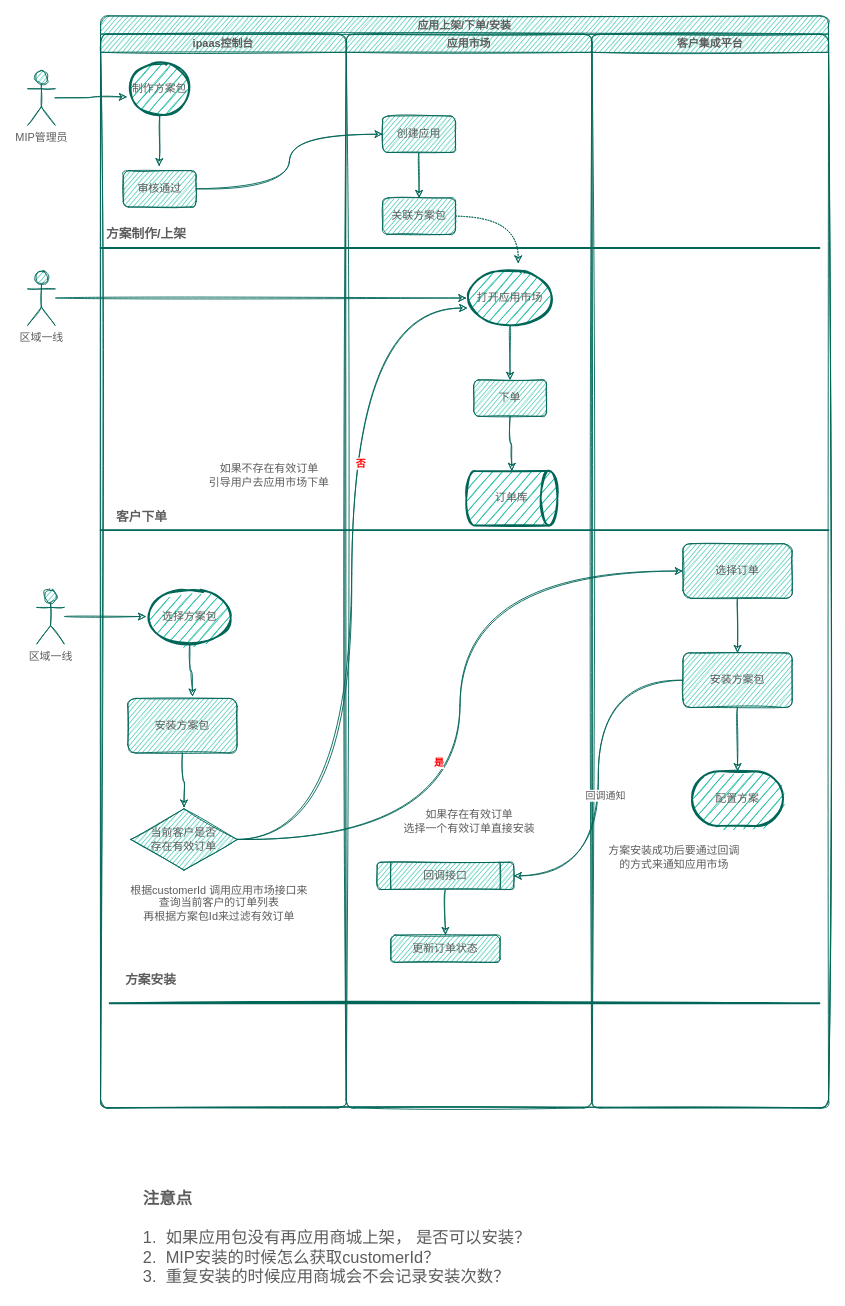
This is draw/mingyuan/应用市场打通.drawio from Gamain/diagrams, a draw.io file, before an edit. Source tidied: cells renumbered, new cells numbered last; positions are measured from the earlier drawing's top-left corner, leaving out a move shared by most shapes. Both pictures are drawn from the tidied source at 91%, with x=0, y=0 at pixel (27, 15).
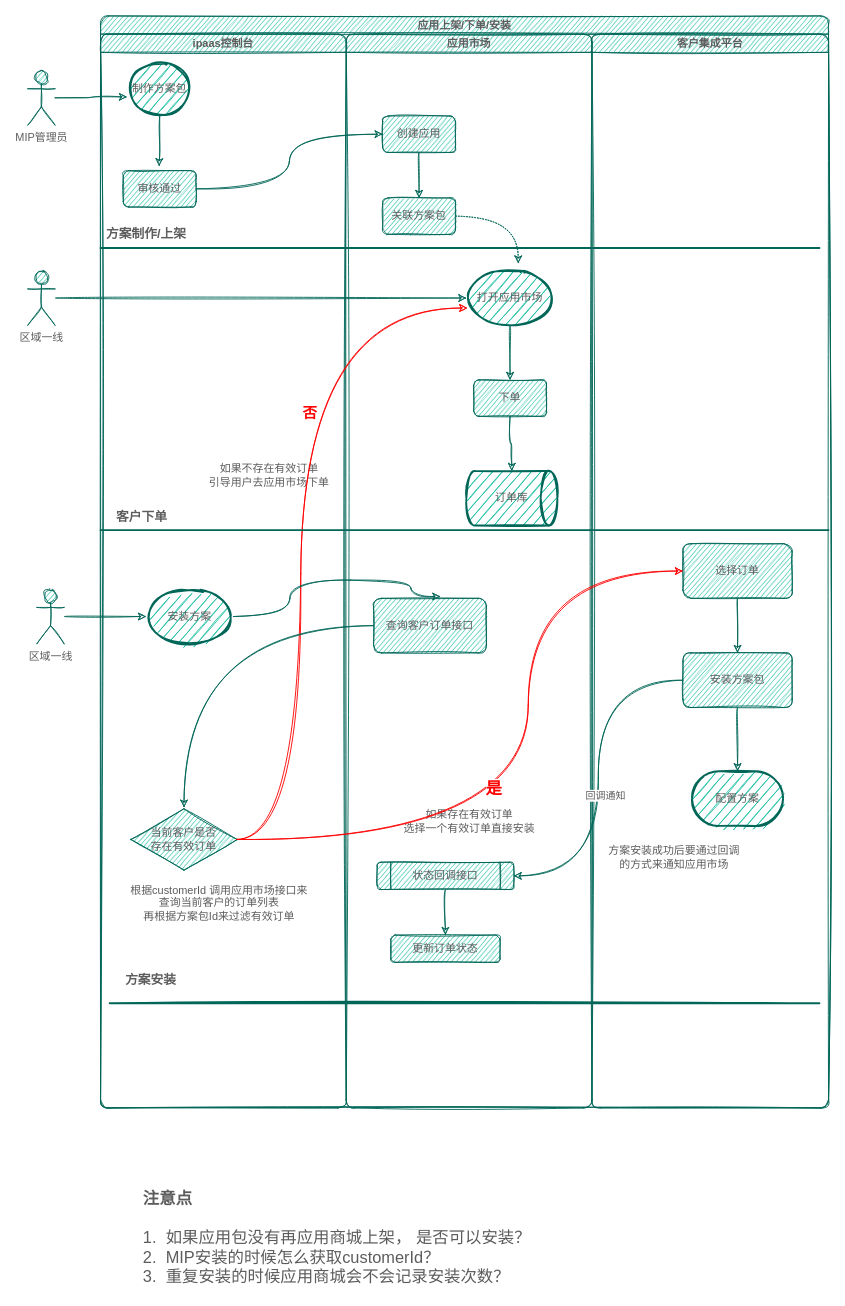
The same page after the edit.

Commit message:
更新应用市场打通.drawio

The change refers to these unchanged cells:
```xml
<mxCell id="2" value="应用上架/下单/安装" style="swimlane;startSize=20;fillColor=#21C0A5;strokeColor=#006658;fontColor=#5C5C5C;sketch=1;rounded=1;" parent="1" vertex="1">
  <mxGeometry x="80" width="800" height="1200" as="geometry" />
</mxCell>
<mxCell id="3" value="ipaas控制台" style="swimlane;startSize=20;fillColor=#21C0A5;strokeColor=#006658;fontColor=#5C5C5C;sketch=1;rounded=1;" parent="2" vertex="1">
  <mxGeometry y="20" width="270" height="1180" as="geometry" />
</mxCell>
<mxCell id="11" value="当前客户是否&lt;br&gt;存在有效订单" style="html=1;whiteSpace=wrap;shape=isoRectangle;fillColor=#21C0A5;strokeColor=#006658;fontColor=#5C5C5C;sketch=1;rounded=1;" parent="3" vertex="1">
  <mxGeometry x="33.3" y="850" width="116.7" height="70" as="geometry" />
</mxCell>
<mxCell id="16" value="应用市场" style="swimlane;startSize=20;fillColor=#21C0A5;strokeColor=#006658;fontColor=#5C5C5C;sketch=1;rounded=1;" parent="2" vertex="1">
  <mxGeometry x="270" y="20" width="270" height="1180" as="geometry" />
</mxCell>
<mxCell id="22" value="打开应用市场" style="strokeWidth=2;html=1;shape=mxgraph.flowchart.start_1;whiteSpace=wrap;fillColor=#21C0A5;strokeColor=#006658;fontColor=#5C5C5C;sketch=1;rounded=1;" parent="16" vertex="1">
  <mxGeometry x="132" y="260" width="96" height="60" as="geometry" />
</mxCell>
<mxCell id="38" value="选择订单" style="whiteSpace=wrap;html=1;fillColor=#21C0A5;strokeColor=#006658;fontColor=#5C5C5C;sketch=1;rounded=1;" parent="33" vertex="1">
  <mxGeometry x="100" y="560" width="120" height="60" as="geometry" />
</mxCell>
```

The edit, as a diff of the source:
```diff
@@
-    <mxCell id="7" style="edgeStyle=orthogonalEdgeStyle;jettySize=auto;html=1;entryX=0.592;entryY=-0.033;entryDx=0;entryDy=0;entryPerimeter=0;strokeColor=#006658;fontColor=#5C5C5C;sketch=1;curved=1;" parent="3" edge="1" source="8" target="10">
-      <mxGeometry relative="1" as="geometry" />
-    </mxCell>
-    <mxCell id="8" value="选择方案包" style="strokeWidth=2;html=1;shape=mxgraph.flowchart.start_1;whiteSpace=wrap;fillColor=#21C0A5;strokeColor=#006658;fontColor=#5C5C5C;sketch=1;rounded=1;" parent="3" vertex="1">
+    <mxCell id="8" value="安装方案" style="strokeWidth=2;html=1;shape=mxgraph.flowchart.start_1;whiteSpace=wrap;fillColor=#21C0A5;strokeColor=#006658;fontColor=#5C5C5C;sketch=1;rounded=1;" parent="3" vertex="1">
       <mxGeometry x="50" y="610" width="96" height="60" as="geometry" />
     </mxCell>
-    <mxCell id="9" style="edgeStyle=orthogonalEdgeStyle;jettySize=auto;html=1;strokeColor=#006658;fontColor=#5C5C5C;sketch=1;curved=1;" parent="3" edge="1" source="10" target="11">
-      <mxGeometry relative="1" as="geometry" />
-    </mxCell>
-    <mxCell id="10" value="安装方案包" style="whiteSpace=wrap;html=1;fillColor=#21C0A5;strokeColor=#006658;fontColor=#5C5C5C;sketch=1;rounded=1;" parent="3" vertex="1">
-      <mxGeometry x="30" y="730" width="120" height="60" as="geometry" />
-    </mxCell>
@@
-    <mxCell id="28" value="回调接口" style="shape=process;whiteSpace=wrap;html=1;backgroundOutline=1;fontColor=#5C5C5C;fillColor=#21C0A5;strokeColor=#006658;sketch=1;rounded=1;" parent="16" vertex="1">
+    <mxCell id="28" value="状态回调接口" style="shape=process;whiteSpace=wrap;html=1;backgroundOutline=1;fontColor=#5C5C5C;fillColor=#21C0A5;strokeColor=#006658;sketch=1;rounded=1;" parent="16" vertex="1">
       <mxGeometry x="34" y="910" width="150" height="30" as="geometry" />
     </mxCell>
@@
+    <mxCell id="10" value="查询客户订单接口" style="whiteSpace=wrap;html=1;fillColor=#21C0A5;strokeColor=#006658;fontColor=#5C5C5C;sketch=1;rounded=1;" parent="16" vertex="1">
+      <mxGeometry x="30" y="620" width="124" height="60" as="geometry" />
+    </mxCell>
@@
-    <mxCell id="31" style="edgeStyle=orthogonalEdgeStyle;jettySize=auto;html=1;entryX=0.01;entryY=0.683;entryDx=0;entryDy=0;entryPerimeter=0;strokeColor=#006658;fontColor=#5C5C5C;sketch=1;curved=1;" parent="2" edge="1" source="11" target="22">
-      <mxGeometry relative="1" as="geometry" />
+    <mxCell id="31" style="edgeStyle=orthogonalEdgeStyle;jettySize=auto;html=1;entryX=0.01;entryY=0.683;entryDx=0;entryDy=0;entryPerimeter=0;strokeColor=#FF0000;fontColor=#5C5C5C;sketch=1;curved=1;fillColor=#f8cecc;" parent="2" edge="1" source="11" target="22">
+      <mxGeometry relative="1" as="geometry">
+        <Array as="points">
+          <mxPoint x="220" y="905" />
+          <mxPoint x="220" y="321" />
+        </Array>
+      </mxGeometry>
     </mxCell>
-    <mxCell id="32" value="&lt;span&gt;&lt;font color=&quot;#ff0000&quot;&gt;否&lt;/font&gt;&lt;/span&gt;" style="edgeLabel;html=1;align=center;verticalAlign=middle;fontColor=#5C5C5C;fontStyle=1;sketch=1;rounded=1;" parent="31" vertex="1">
+    <mxCell id="32" value="&lt;font color=&quot;#ff0000&quot; style=&quot;font-size: 16px&quot;&gt;否&lt;/font&gt;" style="edgeLabel;html=1;align=center;verticalAlign=middle;fontColor=#5C5C5C;fontStyle=1;sketch=1;rounded=1;" parent="31" vertex="1">
       <mxGeometry x="0.29" y="-9" relative="1" as="geometry" />
     </mxCell>
@@
-    <mxCell id="40" style="edgeStyle=orthogonalEdgeStyle;jettySize=auto;html=1;entryX=0;entryY=0.5;entryDx=0;entryDy=0;strokeColor=#006658;fontColor=#5C5C5C;sketch=1;curved=1;" parent="2" edge="1" source="11" target="38">
-      <mxGeometry relative="1" as="geometry" />
+    <mxCell id="40" style="edgeStyle=orthogonalEdgeStyle;jettySize=auto;html=1;entryX=0;entryY=0.5;entryDx=0;entryDy=0;strokeColor=#FF0000;fontColor=#5C5C5C;sketch=1;curved=1;" parent="2" edge="1" source="11" target="38">
+      <mxGeometry relative="1" as="geometry">
+        <Array as="points">
+          <mxPoint x="470" y="905" />
+          <mxPoint x="470" y="610" />
+        </Array>
+      </mxGeometry>
     </mxCell>
-    <mxCell id="41" value="&lt;b&gt;&lt;font color=&quot;#ff0000&quot;&gt;是&lt;/font&gt;&lt;/b&gt;" style="edgeLabel;html=1;align=center;verticalAlign=middle;fontColor=#5C5C5C;sketch=1;rounded=1;" parent="40" vertex="1">
-      <mxGeometry x="-0.16" y="24" relative="1" as="geometry" />
+    <mxCell id="41" value="&lt;b&gt;&lt;font color=&quot;#ff0000&quot;&gt;是&lt;/font&gt;&lt;/b&gt;" style="edgeLabel;html=1;align=center;verticalAlign=middle;fontSize=18;fontColor=#5C5C5C;" parent="40" vertex="1">
+      <mxGeometry x="-0.04" y="39" relative="1" as="geometry" />
     </mxCell>
@@
+    <mxCell id="7" style="edgeStyle=orthogonalEdgeStyle;jettySize=auto;html=1;entryX=0.592;entryY=-0.033;entryDx=0;entryDy=0;entryPerimeter=0;strokeColor=#006658;fontColor=#5C5C5C;sketch=1;curved=1;" parent="2" edge="1" source="8" target="10">
+      <mxGeometry relative="1" as="geometry">
+        <Array as="points">
+          <mxPoint x="208" y="660" />
+          <mxPoint x="208" y="620" />
+          <mxPoint x="341" y="620" />
+          <mxPoint x="341" y="638" />
+        </Array>
+      </mxGeometry>
+    </mxCell>
+    <mxCell id="9" style="edgeStyle=orthogonalEdgeStyle;jettySize=auto;html=1;strokeColor=#006658;fontColor=#5C5C5C;sketch=1;curved=1;" parent="2" edge="1" source="10" target="11">
+      <mxGeometry relative="1" as="geometry" />
+    </mxCell>
```
